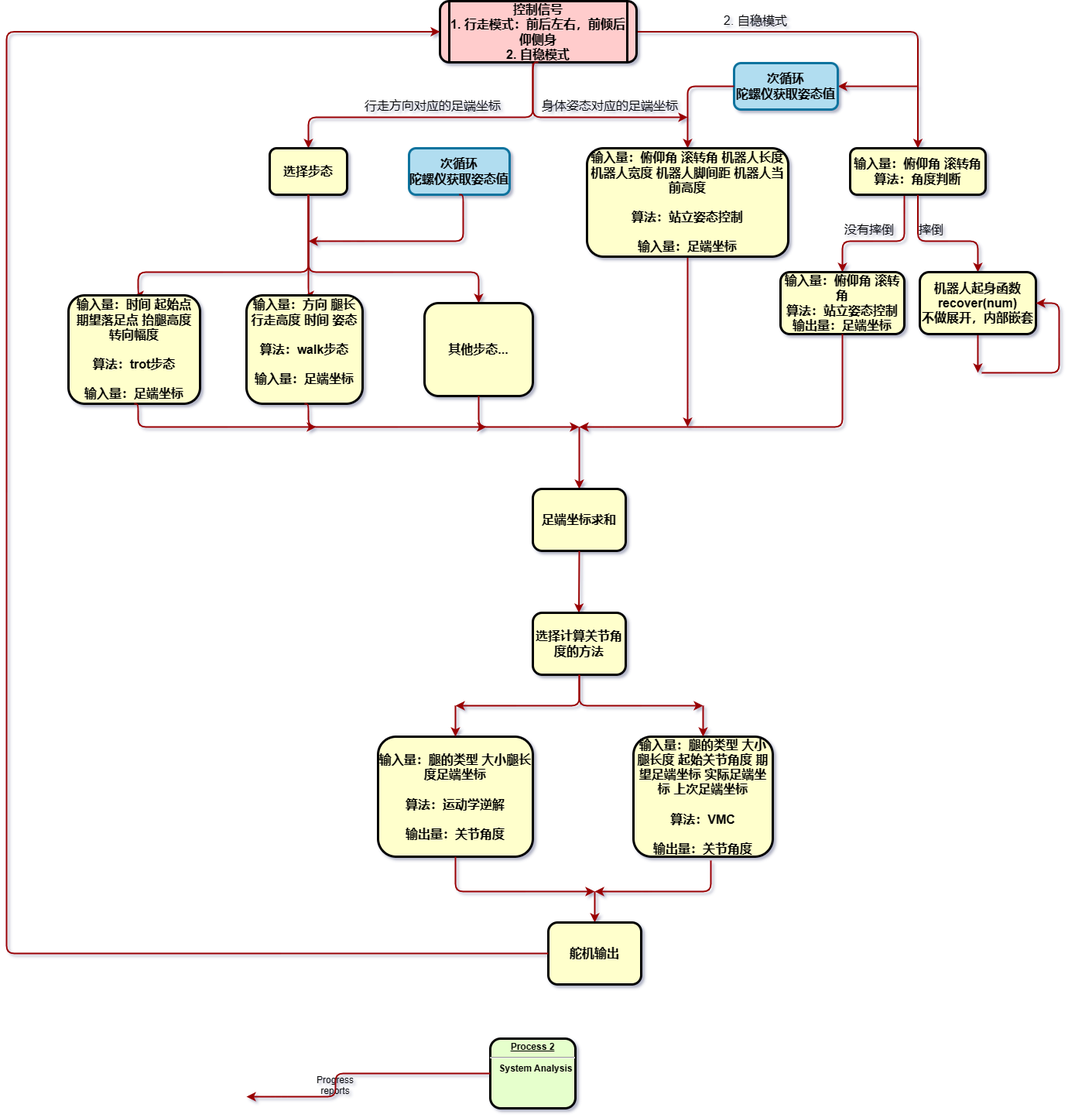
The draw.io diagram 机器人总体流程.drawio.png in KAZAMA-DREAM/picture, before a commit. Source tidied: cells renumbered, new cells last; positions are measured from the earlier drawing's top-left corner, leaving out a move shared by most shapes.
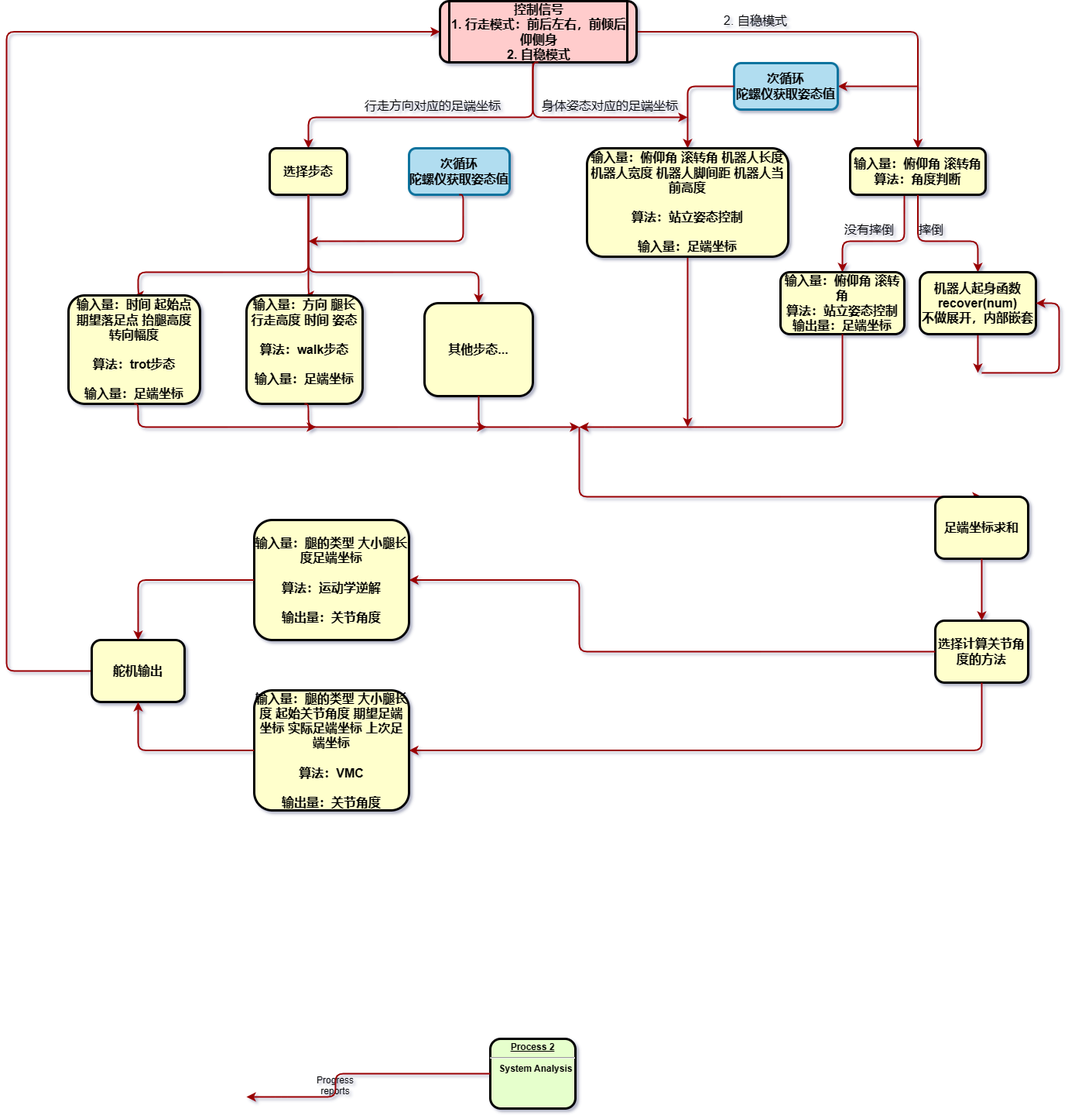
After the commit.

Commit message:
更新机器人总体流程.drawio.png

Diff of the diagram source:
```diff
@@ -206,98 +206,67 @@
       </mxGeometry>
     </mxCell>
     <mxCell id="40" value="足端坐标求和" style="whiteSpace=wrap;align=center;verticalAlign=middle;fontStyle=1;strokeWidth=3;fillColor=#FFFFCC;rounded=1;fontSize=16;" parent="1" vertex="1">
-      <mxGeometry x="720" y="630" width="120" height="80" as="geometry" />
+      <mxGeometry x="1240" y="640" width="120" height="80" as="geometry" />
     </mxCell>
     <mxCell id="41" style="edgeStyle=elbowEdgeStyle;elbow=horizontal;strokeColor=#990000;strokeWidth=2;rounded=1;exitX=0.5;exitY=1;exitDx=0;exitDy=0;entryX=0.5;entryY=0;entryDx=0;entryDy=0;" parent="1" edge="1" source="40" target="42">
       <mxGeometry relative="1" as="geometry">
         <Array as="points">
-          <mxPoint x="779.5" y="840" />
+          <mxPoint x="1300" y="770" />
         </Array>
       </mxGeometry>
     </mxCell>
     <mxCell id="42" value="选择计算关节角度的方法" style="whiteSpace=wrap;align=center;verticalAlign=middle;fontStyle=1;strokeWidth=3;fillColor=#FFFFCC;rounded=1;fontSize=16;" parent="1" vertex="1">
-      <mxGeometry x="720" y="790" width="120" height="80" as="geometry" />
+      <mxGeometry x="1240" y="800" width="120" height="80" as="geometry" />
     </mxCell>
+    <mxCell id="44" style="edgeStyle=elbowEdgeStyle;elbow=horizontal;strokeColor=#990000;strokeWidth=2;rounded=1;exitX=0.5;exitY=1;exitDx=0;exitDy=0;entryX=1;entryY=0.5;entryDx=0;entryDy=0;" parent="1" edge="1" source="42" target="43">
+      <mxGeometry relative="1" as="geometry">
+        <Array as="points">
+          <mxPoint x="1300" y="920" />
+          <mxPoint x="780" y="920" />
+          <mxPoint x="780" y="940" />
+        </Array>
+      </mxGeometry>
+    </mxCell>
+    <mxCell id="46" style="edgeStyle=elbowEdgeStyle;elbow=horizontal;strokeColor=#990000;strokeWidth=2;rounded=1;exitX=0;exitY=0.5;exitDx=0;exitDy=0;entryX=1;entryY=0.5;entryDx=0;entryDy=0;" parent="1" edge="1" source="42" target="45">
+      <mxGeometry relative="1" as="geometry">
+        <Array as="points">
+          <mxPoint x="780" y="748" />
+          <mxPoint x="780" y="790" />
+          <mxPoint x="790" y="950" />
+        </Array>
+      </mxGeometry>
+    </mxCell>
+    <mxCell id="53" style="edgeStyle=elbowEdgeStyle;elbow=horizontal;strokeColor=#990000;strokeWidth=2;rounded=1;exitX=0;exitY=0.5;exitDx=0;exitDy=0;entryX=0;entryY=0.5;entryDx=0;entryDy=0;" parent="1" edge="1" source="52" target="4">
+      <mxGeometry relative="1" as="geometry">
+        <Array as="points">
+          <mxPoint x="40" y="640" />
+          <mxPoint y="1120" />
+          <mxPoint x="620" y="1375" />
+        </Array>
+      </mxGeometry>
+    </mxCell>
+    <mxCell id="45" value="输入量：腿的类型 大小腿长度足端坐标&#10;&#10;算法：运动学逆解&#10;&#10;输出量：关节角度" style="whiteSpace=wrap;align=center;verticalAlign=middle;fontStyle=1;strokeWidth=3;fillColor=#FFFFCC;rounded=1;fontSize=16;" parent="1" vertex="1">
+      <mxGeometry x="360" y="670" width="200" height="155" as="geometry" />
+    </mxCell>
     <mxCell id="43" value="输入量：腿的类型 大小腿长度 起始关节角度 期望足端坐标 实际足端坐标 上次足端坐标&#10;&#10;算法：VMC&#10;&#10;输出量：关节角度" style="whiteSpace=wrap;align=center;verticalAlign=middle;fontStyle=1;strokeWidth=3;fillColor=#FFFFCC;rounded=1;fontSize=16;" parent="1" vertex="1">
-      <mxGeometry x="850" y="950" width="180" height="155" as="geometry" />
+      <mxGeometry x="360" y="890" width="200" height="155" as="geometry" />
     </mxCell>
-    <mxCell id="44" style="edgeStyle=elbowEdgeStyle;elbow=horizontal;strokeColor=#990000;strokeWidth=2;rounded=1;exitX=0.5;exitY=1;exitDx=0;exitDy=0;" parent="1" edge="1" source="42">
-      <mxGeometry relative="1" as="geometry">
-        <mxPoint x="940" y="910" as="targetPoint" />
-        <Array as="points">
-          <mxPoint x="780" y="950" />
-          <mxPoint x="780" y="940" />
-        </Array>
-      </mxGeometry>
-    </mxCell>
-    <mxCell id="45" value="输入量：腿的类型 大小腿长度足端坐标&#10;&#10;算法：运动学逆解&#10;&#10;输出量：关节角度" style="whiteSpace=wrap;align=center;verticalAlign=middle;fontStyle=1;strokeWidth=3;fillColor=#FFFFCC;rounded=1;fontSize=16;" parent="1" vertex="1">
-      <mxGeometry x="520" y="950" width="200" height="155" as="geometry" />
-    </mxCell>
-    <mxCell id="46" style="edgeStyle=elbowEdgeStyle;elbow=horizontal;strokeColor=#990000;strokeWidth=2;rounded=1;exitX=0.5;exitY=1;exitDx=0;exitDy=0;" parent="1" edge="1" source="42">
-      <mxGeometry relative="1" as="geometry">
-        <mxPoint x="620" y="910" as="targetPoint" />
-        <Array as="points">
-          <mxPoint x="780" y="890" />
-          <mxPoint x="790" y="950" />
-        </Array>
-      </mxGeometry>
-    </mxCell>
-    <mxCell id="47" style="edgeStyle=elbowEdgeStyle;elbow=horizontal;strokeColor=#990000;strokeWidth=2;rounded=1;entryX=0.5;entryY=0;entryDx=0;entryDy=0;" parent="1" edge="1" target="43">
-      <mxGeometry relative="1" as="geometry">
-        <mxPoint x="940" y="910" as="sourcePoint" />
-        <Array as="points">
-          <mxPoint x="940" y="930" />
-          <mxPoint x="1030" y="980" />
-        </Array>
-      </mxGeometry>
-    </mxCell>
-    <mxCell id="48" style="edgeStyle=elbowEdgeStyle;elbow=horizontal;strokeColor=#990000;strokeWidth=2;rounded=1;entryX=0.5;entryY=0;entryDx=0;entryDy=0;" parent="1" edge="1" target="45">
-      <mxGeometry relative="1" as="geometry">
-        <mxPoint x="620" y="910" as="sourcePoint" />
-        <Array as="points">
-          <mxPoint x="620" y="930" />
-          <mxPoint x="888" y="1013" />
-        </Array>
-      </mxGeometry>
-    </mxCell>
-    <mxCell id="49" style="edgeStyle=elbowEdgeStyle;elbow=horizontal;strokeColor=#990000;strokeWidth=2;rounded=1;exitX=0.5;exitY=1;exitDx=0;exitDy=0;" parent="1" edge="1" source="45">
-      <mxGeometry relative="1" as="geometry">
-        <mxPoint x="800" y="1150" as="targetPoint" />
-        <Array as="points">
-          <mxPoint x="620" y="1150" />
-          <mxPoint x="630" y="1210" />
-        </Array>
-      </mxGeometry>
-    </mxCell>
-    <mxCell id="50" style="edgeStyle=elbowEdgeStyle;elbow=horizontal;strokeColor=#990000;strokeWidth=2;rounded=1;exitX=0.556;exitY=1.032;exitDx=0;exitDy=0;exitPerimeter=0;" parent="1" edge="1" source="43">
-      <mxGeometry relative="1" as="geometry">
-        <mxPoint x="800" y="1150" as="targetPoint" />
-        <Array as="points">
-          <mxPoint x="950" y="1130" />
-          <mxPoint x="950" y="1235" />
-        </Array>
-      </mxGeometry>
-    </mxCell>
-    <mxCell id="51" style="edgeStyle=elbowEdgeStyle;elbow=horizontal;strokeColor=#990000;strokeWidth=2;rounded=1;entryX=0.5;entryY=0;entryDx=0;entryDy=0;" parent="1" edge="1" target="52">
-      <mxGeometry relative="1" as="geometry">
-        <mxPoint x="800" y="1150" as="sourcePoint" />
-        <Array as="points">
-          <mxPoint x="800" y="1170" />
-          <mxPoint x="898" y="1262" />
-        </Array>
-      </mxGeometry>
-    </mxCell>
     <mxCell id="52" value="舵机输出" style="whiteSpace=wrap;align=center;verticalAlign=middle;fontStyle=1;strokeWidth=3;fillColor=#FFFFCC;rounded=1;fontSize=16;" parent="1" vertex="1">
-      <mxGeometry x="740" y="1190" width="120" height="80" as="geometry" />
+      <mxGeometry x="150" y="825" width="120" height="80" as="geometry" />
     </mxCell>
-    <mxCell id="53" style="edgeStyle=elbowEdgeStyle;elbow=horizontal;strokeColor=#990000;strokeWidth=2;rounded=1;exitX=0;exitY=0.5;exitDx=0;exitDy=0;entryX=0;entryY=0.5;entryDx=0;entryDy=0;" parent="1" edge="1" source="52" target="4">
-      <mxGeometry relative="1" as="geometry">
-        <Array as="points">
-          <mxPoint x="40" y="640" />
-          <mxPoint y="1120" />
-          <mxPoint x="620" y="1375" />
-        </Array>
-      </mxGeometry>
-    </mxCell>
+    <mxCell id="54" style="edgeStyle=elbowEdgeStyle;elbow=horizontal;strokeColor=#990000;strokeWidth=2;rounded=1;exitX=0;exitY=0.5;exitDx=0;exitDy=0;entryX=0.5;entryY=0;entryDx=0;entryDy=0;" parent="1" edge="1" source="45" target="52">
+      <mxGeometry relative="1" as="geometry">
+        <Array as="points">
+          <mxPoint x="210" y="790" />
+        </Array>
+      </mxGeometry>
+    </mxCell>
+    <mxCell id="55" style="edgeStyle=elbowEdgeStyle;elbow=horizontal;strokeColor=#990000;strokeWidth=2;rounded=1;exitX=0;exitY=0.5;exitDx=0;exitDy=0;entryX=0.5;entryY=1;entryDx=0;entryDy=0;" parent="1" edge="1" source="43" target="52">
+      <mxGeometry relative="1" as="geometry">
+        <Array as="points">
+          <mxPoint x="210" y="960" />
+        </Array>
+      </mxGeometry>
+    </mxCell>
   </root>
 </mxGraphModel>
```
